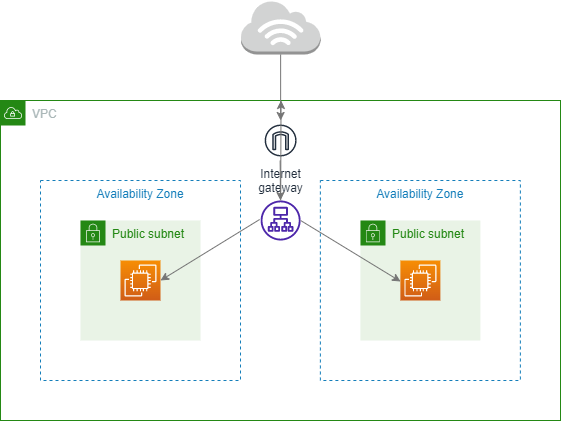
Earlier version of the draw.io export ec2Alb.png (houdoukyokucho/cloudFormationTemplates). Source tidied: cells renumbered, new cells last; positions are measured from the earlier drawing's top-left corner, leaving out a move shared by most shapes. Its diagram source:
```xml
<mxGraphModel>
  <root>
    <mxCell id="0" />
    <mxCell id="1" parent="0" />
    <mxCell id="2" value="Availability Zone" style="fillColor=none;strokeColor=#147EBA;dashed=1;verticalAlign=top;fontStyle=0;fontColor=#147EBA;" parent="1" vertex="1">
      <mxGeometry x="40" y="180" width="200" height="200" as="geometry" />
    </mxCell>
    <mxCell id="3" value="VPC" style="points=[[0,0],[0.25,0],[0.5,0],[0.75,0],[1,0],[1,0.25],[1,0.5],[1,0.75],[1,1],[0.75,1],[0.5,1],[0.25,1],[0,1],[0,0.75],[0,0.5],[0,0.25]];outlineConnect=0;gradientColor=none;html=1;whiteSpace=wrap;fontSize=12;fontStyle=0;shape=mxgraph.aws4.group;grIcon=mxgraph.aws4.group_vpc;strokeColor=#248814;fillColor=none;verticalAlign=top;align=left;spacingLeft=30;fontColor=#AAB7B8;dashed=0;" parent="1" vertex="1">
      <mxGeometry y="100" width="560" height="320" as="geometry" />
    </mxCell>
    <mxCell id="4" style="outlineConnect=0;dashed=0;verticalLabelPosition=bottom;verticalAlign=top;align=center;html=1;shape=mxgraph.aws3.internet_3;fillColor=#D2D3D3;gradientColor=none;" parent="1" vertex="1">
      <mxGeometry x="240.4" width="79.5" height="54" as="geometry" />
    </mxCell>
    <mxCell id="5" style="endArrow=classic;html=1;exitX=0.5;exitY=1;exitDx=0;exitDy=0;exitPerimeter=0;strokeColor=#757575;" parent="1" edge="1" source="4" target="8">
      <mxGeometry relative="1" as="geometry" />
    </mxCell>
    <mxCell id="6" value="Public subnet" style="gradientColor=none;html=1;whiteSpace=wrap;fontSize=12;fontStyle=0;shape=mxgraph.aws4.group;grIcon=mxgraph.aws4.group_security_group;grStroke=0;strokeColor=#248814;fillColor=#E9F3E6;verticalAlign=top;align=left;spacingLeft=30;fontColor=#248814;dashed=0;" parent="1" vertex="1">
      <mxGeometry x="80" y="220" width="120" height="120" as="geometry" />
    </mxCell>
    <mxCell id="7" style="sketch=0;points=[[0,0,0],[0.25,0,0],[0.5,0,0],[0.75,0,0],[1,0,0],[0,1,0],[0.25,1,0],[0.5,1,0],[0.75,1,0],[1,1,0],[0,0.25,0],[0,0.5,0],[0,0.75,0],[1,0.25,0],[1,0.5,0],[1,0.75,0]];outlineConnect=0;fontColor=#232F3E;gradientColor=#F78E04;gradientDirection=north;fillColor=#D05C17;strokeColor=#ffffff;dashed=0;verticalLabelPosition=bottom;verticalAlign=top;align=center;html=1;fontSize=12;fontStyle=0;shape=mxgraph.aws4.resourceIcon;resIcon=mxgraph.aws4.ec2;" parent="6" vertex="1">
      <mxGeometry x="40" y="40" width="40" height="40" as="geometry" />
    </mxCell>
    <mxCell id="8" value="Internet&#10;gateway" style="sketch=0;outlineConnect=0;fontColor=#232F3E;gradientColor=none;strokeColor=#232F3E;fillColor=#ffffff;dashed=0;verticalLabelPosition=bottom;verticalAlign=top;align=center;html=1;fontSize=12;fontStyle=0;shape=mxgraph.aws4.resourceIcon;resIcon=mxgraph.aws4.internet_gateway;" parent="1" vertex="1">
      <mxGeometry x="260.1" y="120" width="40" height="40" as="geometry" />
    </mxCell>
    <mxCell id="9" style="sketch=0;outlineConnect=0;fontColor=#232F3E;gradientColor=none;fillColor=#4D27AA;strokeColor=none;dashed=0;verticalLabelPosition=bottom;verticalAlign=top;align=center;html=1;fontSize=12;fontStyle=0;shape=mxgraph.aws4.application_load_balancer;" parent="1" vertex="1">
      <mxGeometry x="260.1" y="200" width="40" height="40" as="geometry" />
    </mxCell>
    <mxCell id="10" value="Public subnet" style="gradientColor=none;html=1;whiteSpace=wrap;fontSize=12;fontStyle=0;shape=mxgraph.aws4.group;grIcon=mxgraph.aws4.group_security_group;grStroke=0;strokeColor=#248814;fillColor=#E9F3E6;verticalAlign=top;align=left;spacingLeft=30;fontColor=#248814;dashed=0;" parent="1" vertex="1">
      <mxGeometry x="359.9" y="220" width="120" height="120" as="geometry" />
    </mxCell>
    <mxCell id="11" style="sketch=0;fontColor=#232F3E;gradientColor=#F78E04;gradientDirection=north;fillColor=#D05C17;strokeColor=#ffffff;dashed=0;verticalLabelPosition=bottom;verticalAlign=top;align=center;html=1;fontSize=12;fontStyle=0;shape=mxgraph.aws4.resourceIcon;resIcon=mxgraph.aws4.ec2;" parent="10" vertex="1">
      <mxGeometry x="40" y="40" width="40" height="40" as="geometry" />
    </mxCell>
    <mxCell id="12" value="Availability Zone" style="fillColor=none;strokeColor=#147EBA;dashed=1;verticalAlign=top;fontStyle=0;fontColor=#147EBA;" parent="1" vertex="1">
      <mxGeometry x="319.9" y="180" width="200" height="200" as="geometry" />
    </mxCell>
    <mxCell id="13" style="endArrow=classic;html=1;exitX=0.5;exitY=1;exitDx=0;exitDy=0;exitPerimeter=0;strokeColor=#757575;" parent="1" edge="1">
      <mxGeometry relative="1" as="geometry">
        <mxPoint x="279.6" y="160" as="sourcePoint" />
        <mxPoint x="280" y="200" as="targetPoint" />
      </mxGeometry>
    </mxCell>
    <mxCell id="14" style="endArrow=classic;html=1;exitX=0.5;exitY=1;exitDx=0;exitDy=0;exitPerimeter=0;strokeColor=#757575;entryX=1;entryY=0.5;entryDx=0;entryDy=0;entryPerimeter=0;" parent="1" edge="1" target="7">
      <mxGeometry relative="1" as="geometry">
        <mxPoint x="259.1" y="219" as="sourcePoint" />
      </mxGeometry>
    </mxCell>
    <mxCell id="15" style="endArrow=classic;html=1;strokeColor=#757575;" parent="1" edge="1" source="9" target="3">
      <mxGeometry relative="1" as="geometry" />
    </mxCell>
    <mxCell id="16" style="endArrow=classic;html=1;exitX=0.5;exitY=1;exitDx=0;exitDy=0;exitPerimeter=0;strokeColor=#757575;entryX=0.401;entryY=0.505;entryDx=0;entryDy=0;entryPerimeter=0;" parent="1" edge="1" target="12">
      <mxGeometry relative="1" as="geometry">
        <mxPoint x="300.1" y="220" as="sourcePoint" />
      </mxGeometry>
    </mxCell>
  </root>
</mxGraphModel>
```
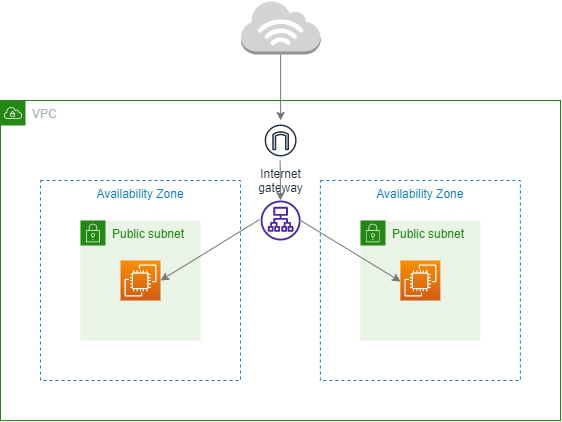
Above is the later version.

Commit message:
矢印が二重になってしまっていたのを修正

The edit, as a diff of the source:
```diff
@@ -46,9 +46,6 @@
         <mxPoint x="259.1" y="219" as="sourcePoint" />
       </mxGeometry>
     </mxCell>
-    <mxCell id="15" style="endArrow=classic;html=1;strokeColor=#757575;" parent="1" edge="1" source="9" target="3">
-      <mxGeometry relative="1" as="geometry" />
-    </mxCell>
     <mxCell id="16" style="endArrow=classic;html=1;exitX=0.5;exitY=1;exitDx=0;exitDy=0;exitPerimeter=0;strokeColor=#757575;entryX=0.401;entryY=0.505;entryDx=0;entryDy=0;entryPerimeter=0;" parent="1" edge="1" target="12">
       <mxGeometry relative="1" as="geometry">
         <mxPoint x="300.1" y="220" as="sourcePoint" />
```
